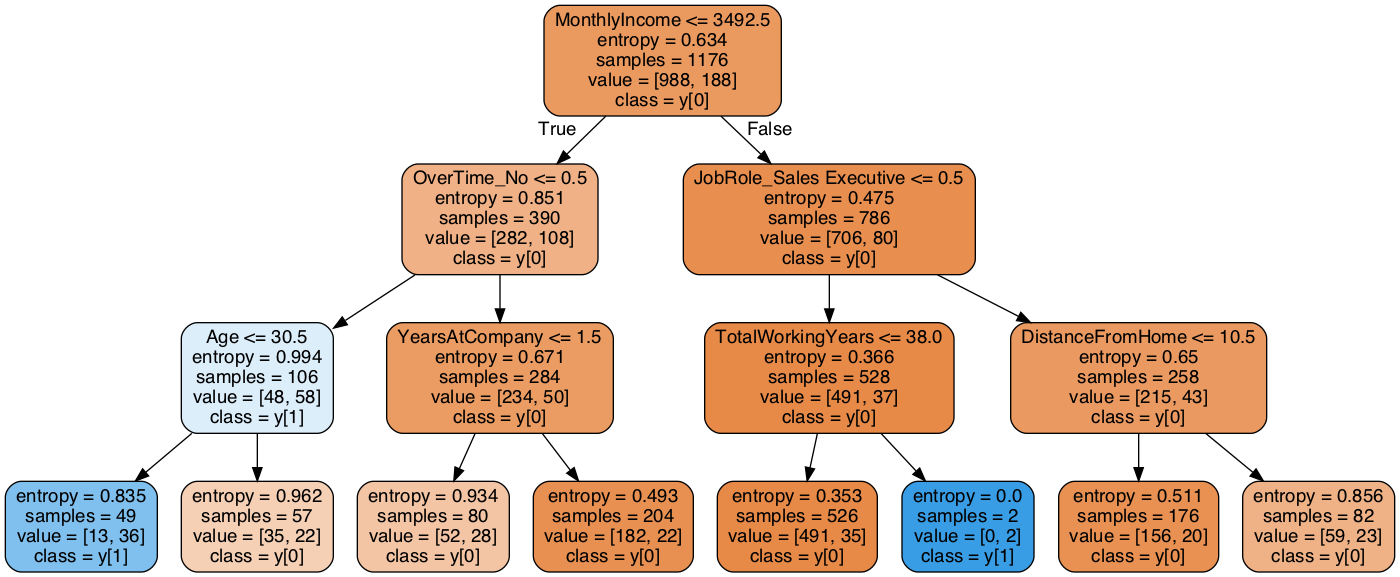
Above: HW3/decisionTree_optimized.png in enliktjioe/bda2020 (Graphviz), before the change. Its source is kept beside it as HW3/decisionTree_optimized.dot. Its diagram source:
```dot
digraph Tree {
node [shape=box, style="filled, rounded", color="black", fontname=helvetica] ;
edge [fontname=helvetica] ;
0 [label="MonthlyIncome <= 3492.5\nentropy = 0.634\nsamples = 1176\nvalue = [988, 188]\nclass = y[0]", fillcolor="#ea995f"] ;
1 [label="OverTime_No <= 0.5\nentropy = 0.851\nsamples = 390\nvalue = [282, 108]\nclass = y[0]", fillcolor="#efb185"] ;
0 -> 1 [labeldistance=2.5, labelangle=45, headlabel="True"] ;
2 [label="Age <= 30.5\nentropy = 0.994\nsamples = 106\nvalue = [48, 58]\nclass = y[1]", fillcolor="#ddeefb"] ;
1 -> 2 ;
3 [label="entropy = 0.835\nsamples = 49\nvalue = [13, 36]\nclass = y[1]", fillcolor="#80c0ee"] ;
2 -> 3 ;
4 [label="entropy = 0.962\nsamples = 57\nvalue = [35, 22]\nclass = y[0]", fillcolor="#f5d0b5"] ;
2 -> 4 ;
5 [label="YearsAtCompany <= 1.5\nentropy = 0.671\nsamples = 284\nvalue = [234, 50]\nclass = y[0]", fillcolor="#eb9c63"] ;
1 -> 5 ;
6 [label="entropy = 0.934\nsamples = 80\nvalue = [52, 28]\nclass = y[0]", fillcolor="#f3c5a4"] ;
5 -> 6 ;
7 [label="entropy = 0.493\nsamples = 204\nvalue = [182, 22]\nclass = y[0]", fillcolor="#e89051"] ;
5 -> 7 ;
8 [label="JobRole_Sales Executive <= 0.5\nentropy = 0.475\nsamples = 786\nvalue = [706, 80]\nclass = y[0]", fillcolor="#e88f4f"] ;
0 -> 8 [labeldistance=2.5, labelangle=-45, headlabel="False"] ;
9 [label="TotalWorkingYears <= 38.0\nentropy = 0.366\nsamples = 528\nvalue = [491, 37]\nclass = y[0]", fillcolor="#e78a48"] ;
8 -> 9 ;
10 [label="entropy = 0.353\nsamples = 526\nvalue = [491, 35]\nclass = y[0]", fillcolor="#e78a47"] ;
9 -> 10 ;
11 [label="entropy = 0.0\nsamples = 2\nvalue = [0, 2]\nclass = y[1]", fillcolor="#399de5"] ;
9 -> 11 ;
12 [label="DistanceFromHome <= 10.5\nentropy = 0.65\nsamples = 258\nvalue = [215, 43]\nclass = y[0]", fillcolor="#ea9a61"] ;
8 -> 12 ;
13 [label="entropy = 0.511\nsamples = 176\nvalue = [156, 20]\nclass = y[0]", fillcolor="#e89152"] ;
12 -> 13 ;
14 [label="entropy = 0.856\nsamples = 82\nvalue = [59, 23]\nclass = y[0]", fillcolor="#efb286"] ;
12 -> 14 ;
}
```
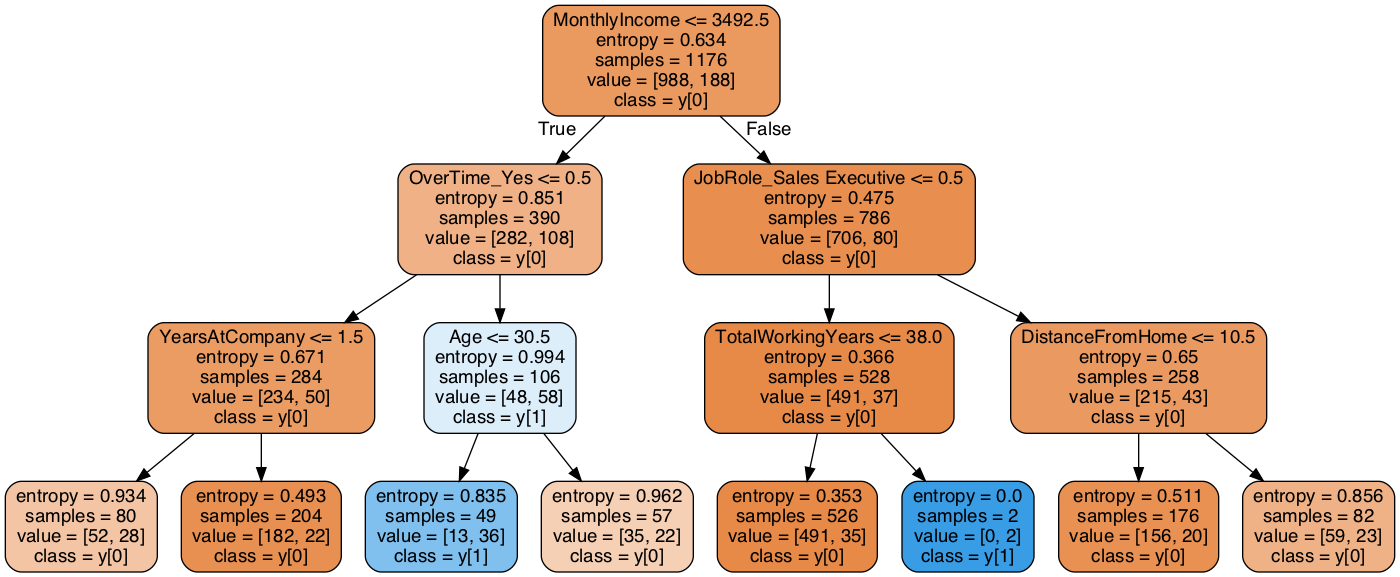
After the commit.

What changed in the source:
```diff
@@ -2,19 +2,19 @@
 node [shape=box, style="filled, rounded", color="black", fontname=helvetica] ;
 edge [fontname=helvetica] ;
 0 [label="MonthlyIncome <= 3492.5\nentropy = 0.634\nsamples = 1176\nvalue = [988, 188]\nclass = y[0]", fillcolor="#ea995f"] ;
-1 [label="OverTime_No <= 0.5\nentropy = 0.851\nsamples = 390\nvalue = [282, 108]\nclass = y[0]", fillcolor="#efb185"] ;
+1 [label="OverTime_Yes <= 0.5\nentropy = 0.851\nsamples = 390\nvalue = [282, 108]\nclass = y[0]", fillcolor="#efb185"] ;
 0 -> 1 [labeldistance=2.5, labelangle=45, headlabel="True"] ;
-2 [label="Age <= 30.5\nentropy = 0.994\nsamples = 106\nvalue = [48, 58]\nclass = y[1]", fillcolor="#ddeefb"] ;
+2 [label="YearsAtCompany <= 1.5\nentropy = 0.671\nsamples = 284\nvalue = [234, 50]\nclass = y[0]", fillcolor="#eb9c63"] ;
 1 -> 2 ;
-3 [label="entropy = 0.835\nsamples = 49\nvalue = [13, 36]\nclass = y[1]", fillcolor="#80c0ee"] ;
+3 [label="entropy = 0.934\nsamples = 80\nvalue = [52, 28]\nclass = y[0]", fillcolor="#f3c5a4"] ;
 2 -> 3 ;
-4 [label="entropy = 0.962\nsamples = 57\nvalue = [35, 22]\nclass = y[0]", fillcolor="#f5d0b5"] ;
+4 [label="entropy = 0.493\nsamples = 204\nvalue = [182, 22]\nclass = y[0]", fillcolor="#e89051"] ;
 2 -> 4 ;
-5 [label="YearsAtCompany <= 1.5\nentropy = 0.671\nsamples = 284\nvalue = [234, 50]\nclass = y[0]", fillcolor="#eb9c63"] ;
+5 [label="Age <= 30.5\nentropy = 0.994\nsamples = 106\nvalue = [48, 58]\nclass = y[1]", fillcolor="#ddeefb"] ;
 1 -> 5 ;
-6 [label="entropy = 0.934\nsamples = 80\nvalue = [52, 28]\nclass = y[0]", fillcolor="#f3c5a4"] ;
+6 [label="entropy = 0.835\nsamples = 49\nvalue = [13, 36]\nclass = y[1]", fillcolor="#80c0ee"] ;
 5 -> 6 ;
-7 [label="entropy = 0.493\nsamples = 204\nvalue = [182, 22]\nclass = y[0]", fillcolor="#e89051"] ;
+7 [label="entropy = 0.962\nsamples = 57\nvalue = [35, 22]\nclass = y[0]", fillcolor="#f5d0b5"] ;
 5 -> 7 ;
 8 [label="JobRole_Sales Executive <= 0.5\nentropy = 0.475\nsamples = 786\nvalue = [706, 80]\nclass = y[0]", fillcolor="#e88f4f"] ;
 0 -> 8 [labeldistance=2.5, labelangle=-45, headlabel="False"] ;
```
